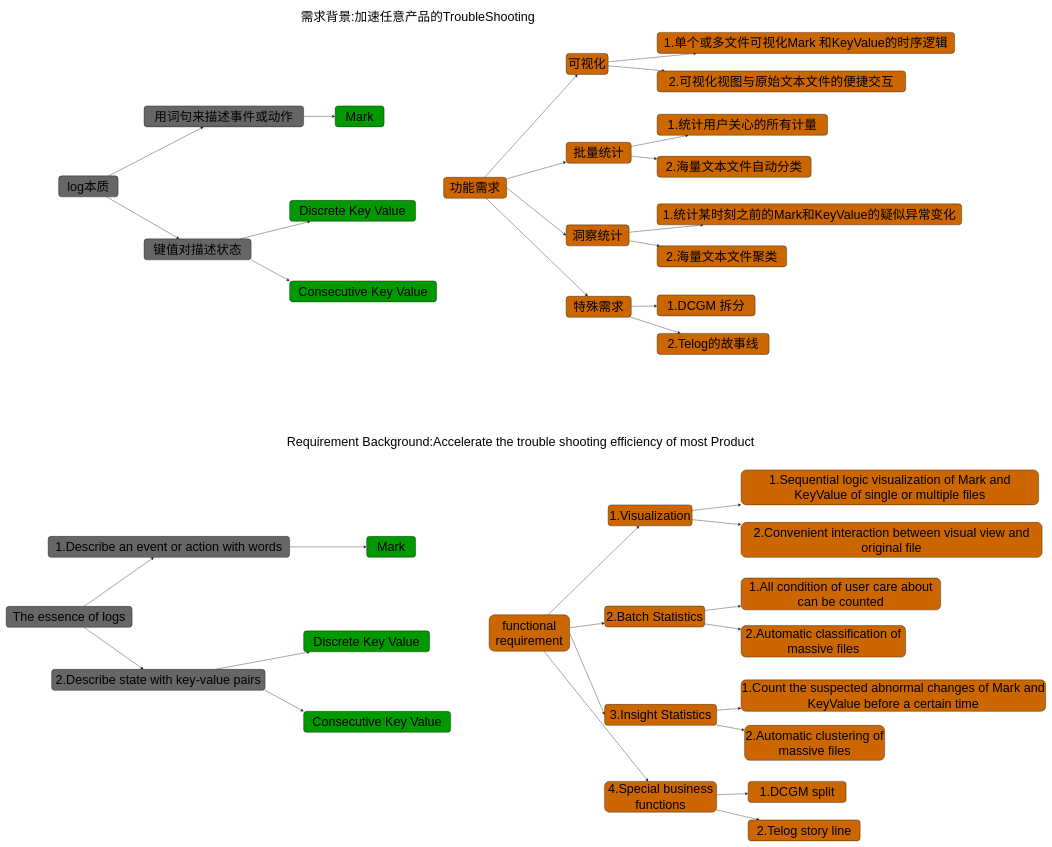
This is page "Demand" (1 of 5) of requirement_analysis.drawio from dj-lei/eric_toolsets, a draw.io file, before an edit. Source tidied: cells renumbered, new cells numbered last; positions are measured from the earlier drawing's top-left corner, leaving out a move shared by most shapes. Both pictures are drawn from the tidied source at 35%, with x=0, y=0 at pixel (6, 6).
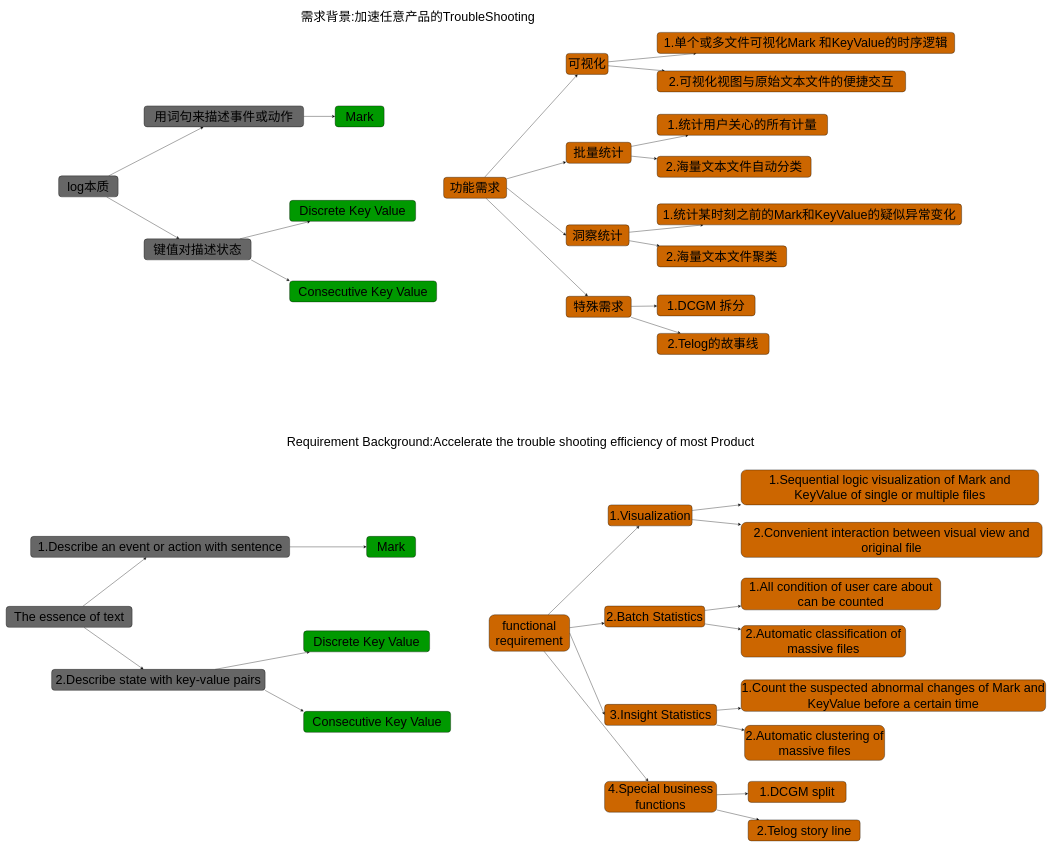
Above is the later version.

Diff of the diagram source:
```diff
@@
-    <mxCell id="42" value="The essence of logs" style="rounded=1;whiteSpace=wrap;html=1;fontSize=36;fillColor=#666666;" parent="1" vertex="1">
+    <mxCell id="42" value="The essence of text" style="rounded=1;whiteSpace=wrap;html=1;fontSize=36;fillColor=#666666;" parent="1" vertex="1">
       <mxGeometry y="1715" width="360" height="60" as="geometry" />
     </mxCell>
@@
-    <mxCell id="44" value="1.Describe an event or action with words" style="rounded=1;whiteSpace=wrap;html=1;fontSize=36;fillColor=#666666;" parent="1" vertex="1">
-      <mxGeometry x="120" y="1515" width="690" height="60" as="geometry" />
+    <mxCell id="44" value="1.Describe an event or action with sentence" style="rounded=1;whiteSpace=wrap;html=1;fontSize=36;fillColor=#666666;" parent="1" vertex="1">
+      <mxGeometry x="70" y="1515" width="740" height="60" as="geometry" />
     </mxCell>
```
